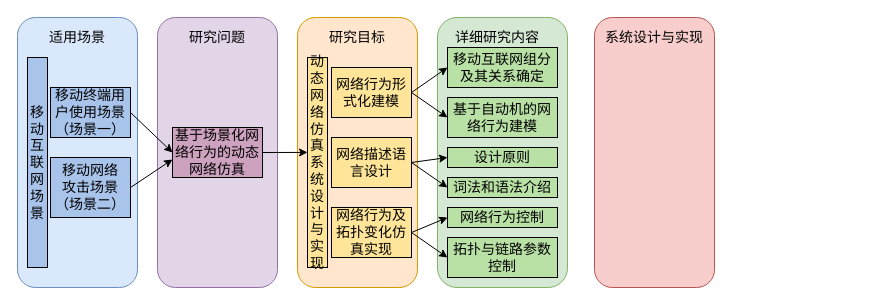
This is page "论文研究思路" (2 of 2) of 文章形式.drawio from Icarus1994/neutron_conf, a draw.io file, before an edit. Source tidied: cells renumbered, new cells numbered last; positions are measured from the earlier drawing's top-left corner, leaving out a move shared by most shapes. Both pictures are drawn from the tidied source at 100%, with x=0, y=0 at pixel (17, 17).
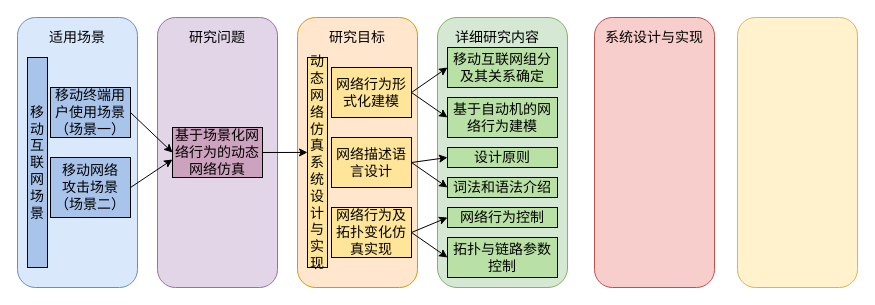
Above is the later version.

Diff of the diagram source:
```diff
@@
+    <mxCell id="35" style="rounded=1;whiteSpace=wrap;html=1;fontSize=14;fillColor=#fff2cc;strokeColor=#d6b656;" parent="1" vertex="1">
+      <mxGeometry x="720" width="120" height="270" as="geometry" />
+    </mxCell>
```
